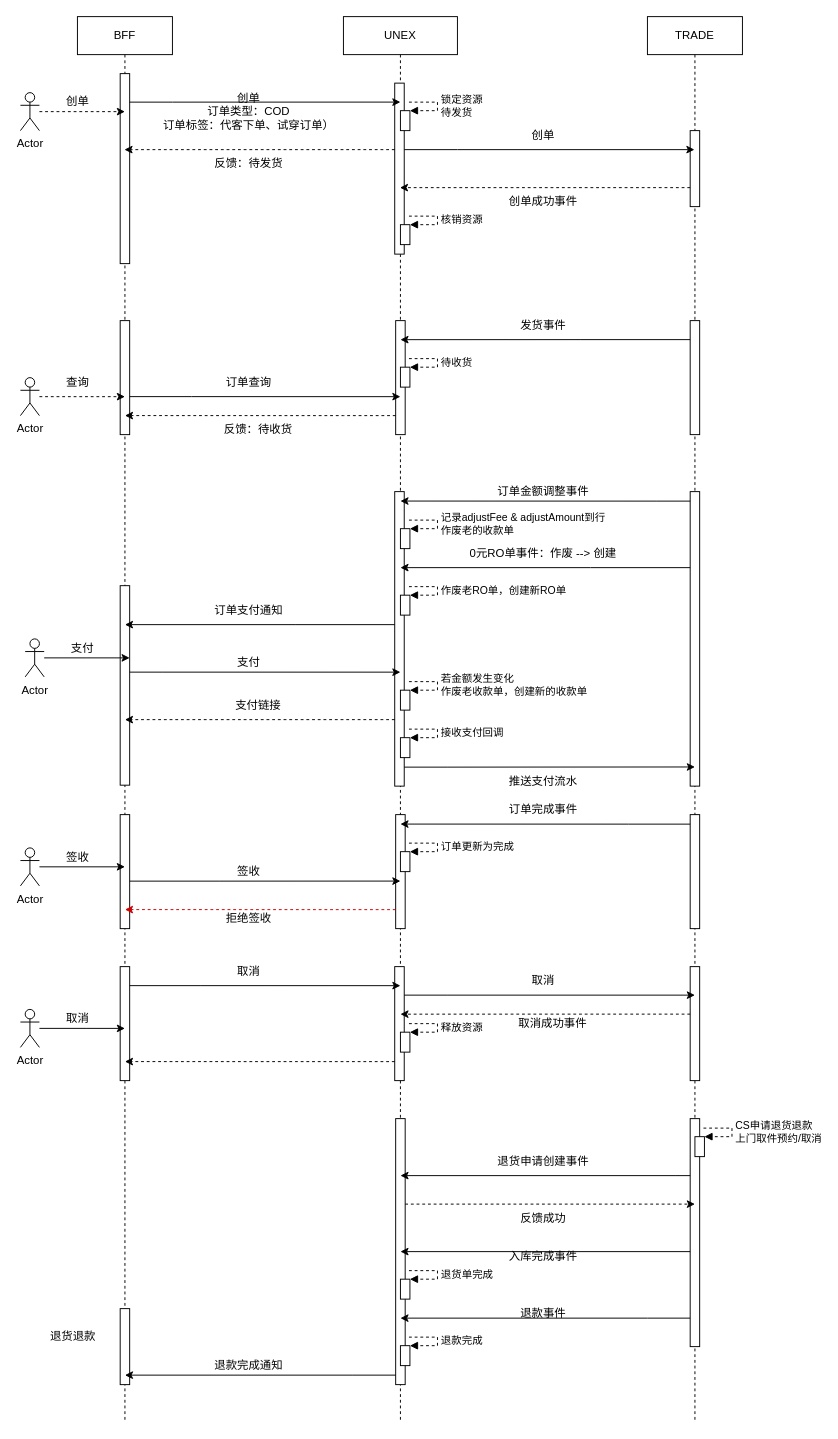
Earlier version of the draw.io diagram 未命名绘图.drawio (jingjie2018/test). Source tidied: cells renumbered, new cells numbered last; positions are measured from the earlier drawing's top-left corner, leaving out a move shared by most shapes. Both pictures are drawn from the tidied source at 95%, with x=0, y=0 at pixel (20, 16).
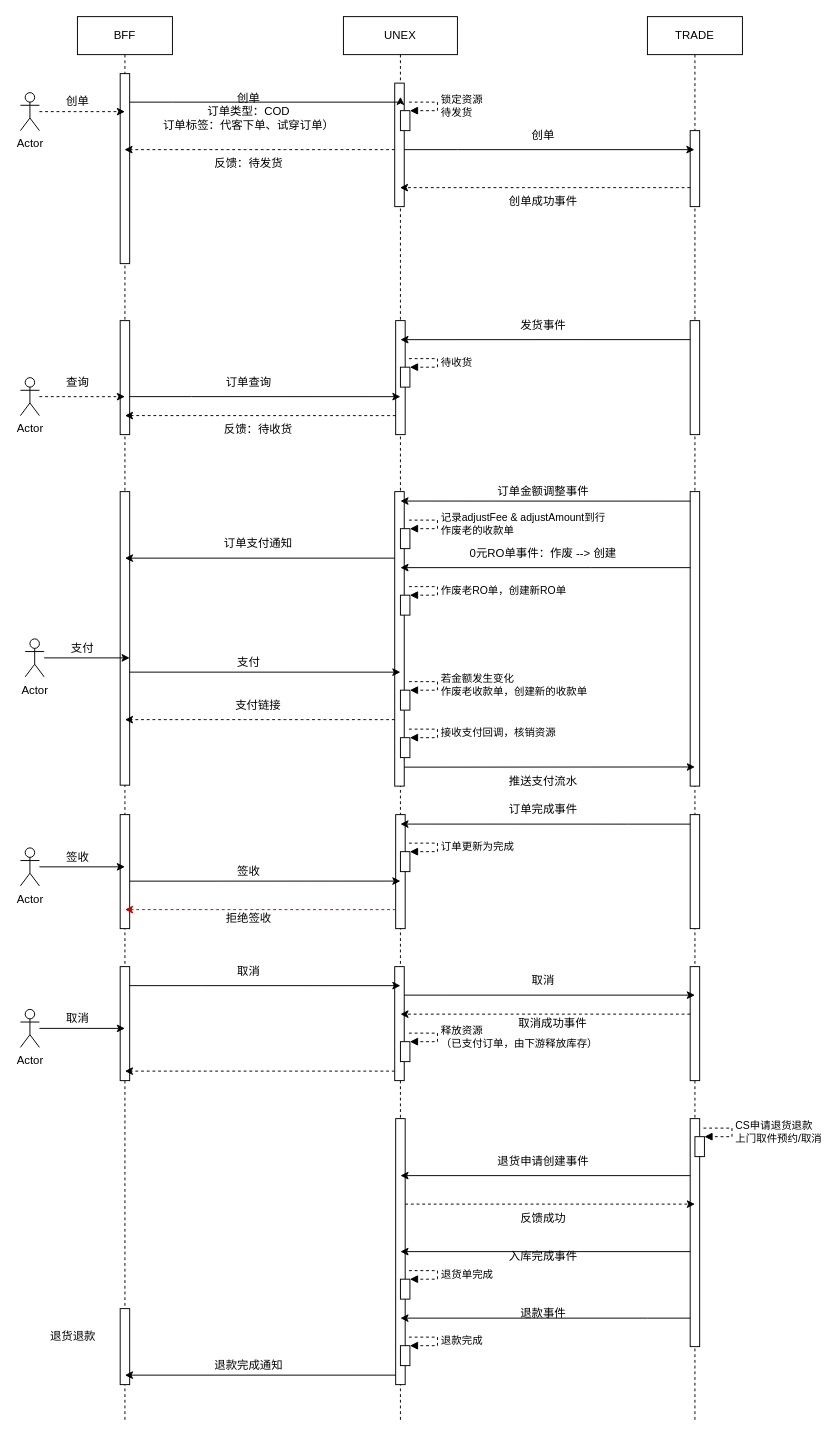
The same page after the edit.

Commit message:
更新未命名绘图.drawio

Unchanged cells that the change refers to:
```xml
<mxCell id="2" value="BFF" style="shape=umlLifeline;perimeter=lifelinePerimeter;whiteSpace=wrap;html=1;outlineConnect=0;" parent="1" vertex="1">
  <mxGeometry x="60" width="100" height="1480" as="geometry" />
</mxCell>
<mxCell id="10" style="html=1;points=[];perimeter=orthogonalPerimeter;" parent="2" vertex="1">
  <mxGeometry x="45" y="1000" width="10" height="120" as="geometry" />
</mxCell>
<mxCell id="12" value="UNEX" style="shape=umlLifeline;perimeter=lifelinePerimeter;whiteSpace=wrap;html=1;outlineConnect=0;" parent="1" vertex="1">
  <mxGeometry x="340" width="120" height="1480" as="geometry" />
</mxCell>
<mxCell id="21" style="html=1;points=[];perimeter=orthogonalPerimeter;" parent="12" vertex="1">
  <mxGeometry x="54" y="500" width="10" height="310" as="geometry" />
</mxCell>
<mxCell id="28" style="html=1;points=[];perimeter=orthogonalPerimeter;" parent="12" vertex="1">
  <mxGeometry x="60" y="759" width="10" height="21" as="geometry" />
</mxCell>
<mxCell id="33" style="html=1;points=[];perimeter=orthogonalPerimeter;" parent="12" vertex="1">
  <mxGeometry x="54" y="1000" width="10" height="120" as="geometry" />
</mxCell>
```

The edit, as a diff of the source:
```diff
@@
     <mxCell id="5" style="html=1;points=[];perimeter=orthogonalPerimeter;" parent="2" vertex="1">
-      <mxGeometry x="45" y="599" width="10" height="210" as="geometry" />
+      <mxGeometry x="45" y="500" width="10" height="309" as="geometry" />
     </mxCell>
@@
     <mxCell id="13" style="html=1;points=[];perimeter=orthogonalPerimeter;" parent="12" vertex="1">
-      <mxGeometry x="54" y="70" width="10" height="180" as="geometry" />
+      <mxGeometry x="54" y="70" width="10" height="130" as="geometry" />
     </mxCell>
@@
-    <mxCell id="16" style="html=1;points=[];perimeter=orthogonalPerimeter;" parent="12" vertex="1">
-      <mxGeometry x="60" y="219" width="10" height="21" as="geometry" />
-    </mxCell>
-    <mxCell id="17" value="核销资源" style="edgeStyle=orthogonalEdgeStyle;html=1;align=left;spacingLeft=2;endArrow=block;rounded=0;entryX=1;entryY=0;dashed=1;" parent="12" edge="1" target="16">
-      <mxGeometry x="0.01" relative="1" as="geometry">
-        <mxPoint x="69" y="210" as="sourcePoint" />
-        <Array as="points">
-          <mxPoint x="99" y="210" />
-        </Array>
-      </mxGeometry>
-    </mxCell>
@@
-    <mxCell id="29" value="接收支付回调" style="edgeStyle=orthogonalEdgeStyle;html=1;align=left;spacingLeft=2;endArrow=block;rounded=0;entryX=1;entryY=0;dashed=1;" parent="12" edge="1" target="28">
+    <mxCell id="29" value="接收支付回调，核销资源" style="edgeStyle=orthogonalEdgeStyle;html=1;align=left;spacingLeft=2;endArrow=block;rounded=0;entryX=1;entryY=0;dashed=1;" parent="12" edge="1" target="28">
       <mxGeometry relative="1" as="geometry">
         <mxPoint x="69" y="750" as="sourcePoint" />
         <Array as="points">
           <mxPoint x="99" y="750" />
         </Array>
       </mxGeometry>
     </mxCell>
@@
     <mxCell id="34" style="html=1;points=[];perimeter=orthogonalPerimeter;" parent="12" vertex="1">
-      <mxGeometry x="60" y="1069" width="10" height="21" as="geometry" />
+      <mxGeometry x="60" y="1079" width="10" height="21" as="geometry" />
     </mxCell>
-    <mxCell id="35" value="释放资源" style="edgeStyle=orthogonalEdgeStyle;html=1;align=left;spacingLeft=2;endArrow=block;rounded=0;entryX=1;entryY=0;dashed=1;" parent="12" edge="1" target="34">
+    <mxCell id="35" value="释放资源&lt;br&gt;（已支付订单，由下游释放库存）" style="edgeStyle=orthogonalEdgeStyle;html=1;align=left;spacingLeft=2;endArrow=block;rounded=0;entryX=1;entryY=0;dashed=1;" parent="12" edge="1" target="34">
       <mxGeometry relative="1" as="geometry">
-        <mxPoint x="69" y="1060" as="sourcePoint" />
+        <mxPoint x="69" y="1070" as="sourcePoint" />
         <Array as="points">
-          <mxPoint x="99" y="1060" />
+          <mxPoint x="99" y="1070" />
         </Array>
       </mxGeometry>
     </mxCell>
@@
     <mxCell id="73" style="edgeStyle=orthogonalEdgeStyle;rounded=0;jettySize=auto;html=1;" parent="1" edge="1" source="21">
       <mxGeometry relative="1" as="geometry">
-        <mxPoint x="110" y="640" as="targetPoint" />
+        <mxPoint x="110" y="570" as="targetPoint" />
         <Array as="points">
-          <mxPoint x="290" y="640" />
-          <mxPoint x="290" y="640" />
+          <mxPoint x="110" y="570" />
         </Array>
       </mxGeometry>
     </mxCell>
     <mxCell id="74" value="订单支付通知" style="text;html=1;align=center;verticalAlign=middle;strokeColor=none;fillColor=none;" parent="1" vertex="1">
-      <mxGeometry x="190" y="610" width="100" height="30" as="geometry" />
+      <mxGeometry x="200" y="540" width="100" height="30" as="geometry" />
     </mxCell>
@@
-    <mxCell id="94" style="edgeStyle=orthogonalEdgeStyle;rounded=0;jettySize=auto;html=1;entryX=0.5;entryY=0.833;entryDx=0;entryDy=0;entryPerimeter=0;strokeColor=#000000;dashed=1;" parent="1" edge="1" source="33" target="10">
+    <mxCell id="94" style="edgeStyle=orthogonalEdgeStyle;rounded=0;jettySize=auto;html=1;strokeColor=#000000;dashed=1;" parent="1" edge="1" source="33">
       <mxGeometry relative="1" as="geometry">
+        <mxPoint x="110" y="1110" as="targetPoint" />
         <Array as="points">
-          <mxPoint x="290" y="1100" />
-          <mxPoint x="290" y="1100" />
+          <mxPoint x="110" y="1110" />
         </Array>
       </mxGeometry>
     </mxCell>
```
